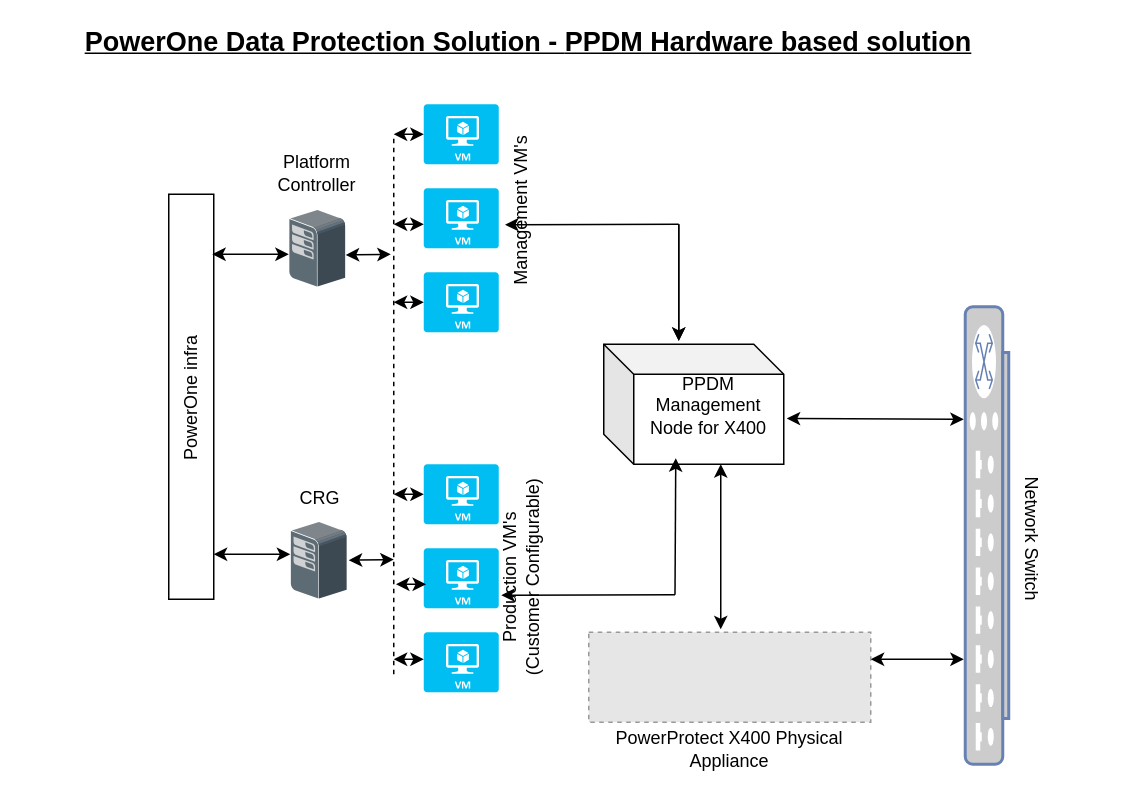
This is Untitled Diagram.drawio from vishwa2311/PowerProtect, a draw.io file, before an edit. Source tidied: cells renumbered, new cells numbered last; positions are measured from the earlier drawing's top-left corner, leaving out a move shared by most shapes. Both pictures are drawn from the tidied source at 150%, with x=0, y=0 at pixel (-12, 27). Pictures stored in the file or linked from it are replaced by grey dashed boxes.
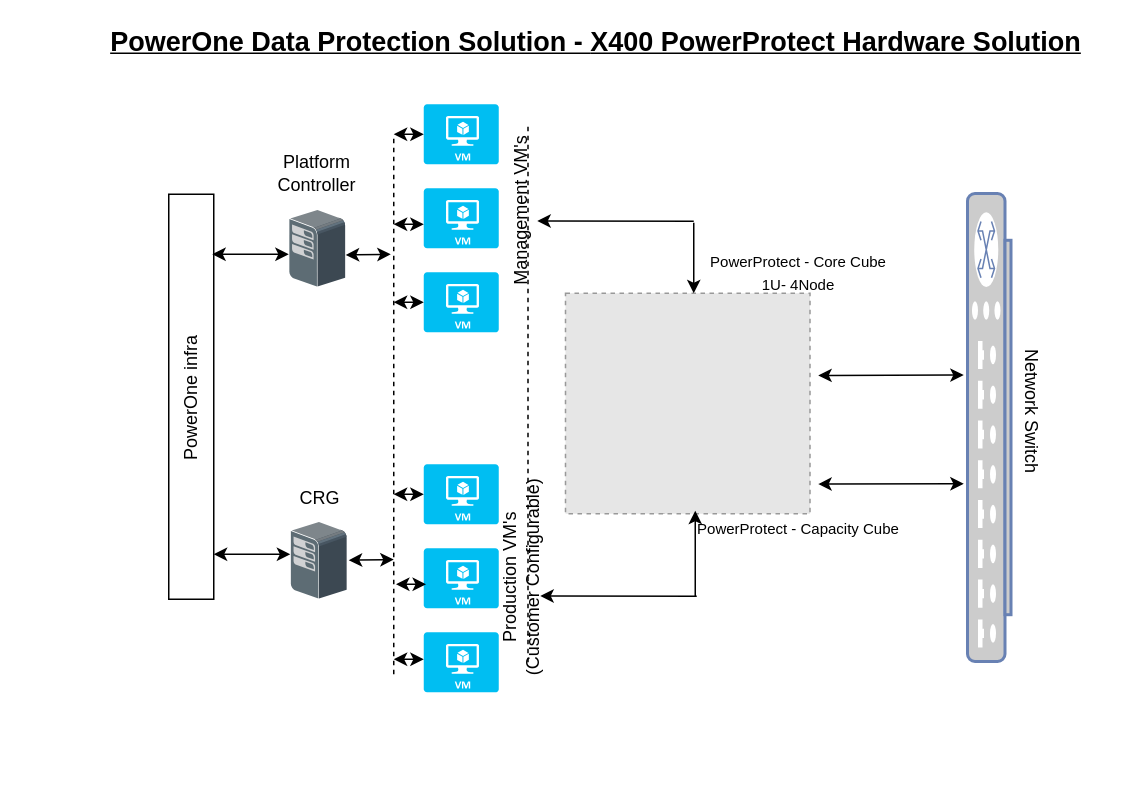
Above is the later version.

The edit, as a diff of the source:
```diff
@@
-    <mxCell id="8" style="shape=cube;whiteSpace=wrap;html=1;boundedLbl=1;backgroundOutline=1;darkOpacity=0.05;darkOpacity2=0.1;" parent="1" vertex="1">
-      <mxGeometry x="410" y="211" width="120" height="80" as="geometry" />
-    </mxCell>
-    <mxCell id="9" value="PPDM Management Node for X400" style="text;html=1;strokeColor=none;fillColor=none;align=center;verticalAlign=middle;whiteSpace=wrap;rounded=0;" parent="1" vertex="1">
-      <mxGeometry x="430" y="242" width="100" height="20" as="geometry" />
-    </mxCell>
@@
-    <mxCell id="17" value="PowerOne infra" style="text;html=1;strokeColor=none;fillColor=none;align=center;verticalAlign=middle;whiteSpace=wrap;rounded=0;rotation=-90;" parent="1" vertex="1">
-      <mxGeometry x="2" y="232" width="266" height="30" as="geometry" />
-    </mxCell>
@@
-    <mxCell id="29" style="fillColor=#E6E6E6;strokeColor=#999999;dashed=1;verticalLabelPosition=bottom;labelBackgroundColor=#ffffff;verticalAlign=top;" parent="1" vertex="1">
-      <mxGeometry x="400" y="403" width="188" height="60" as="geometry" />
-    </mxCell>
-    <mxCell id="30" style="endArrow=classic;startArrow=classic;html=1;" parent="1" edge="1">
-      <mxGeometry relative="1" as="geometry">
-        <mxPoint x="488" y="401" as="sourcePoint" />
-        <mxPoint x="488" y="291" as="targetPoint" />
-      </mxGeometry>
-    </mxCell>
     <mxCell id="31" style="fontColor=#0066CC;verticalAlign=top;verticalLabelPosition=bottom;labelPosition=center;align=center;html=1;fillColor=#CCCCCC;strokeColor=#6881B3;gradientColor=none;gradientDirection=north;strokeWidth=2;shape=mxgraph.networks.switch;rotation=-90;" parent="1" vertex="1">
-      <mxGeometry x="513" y="324" width="305" height="29" as="geometry" />
+      <mxGeometry x="511" y="252" width="312" height="29" as="geometry" />
     </mxCell>
     <mxCell id="32" style="endArrow=classic;html=1;entryX=0.467;entryY=-0.583;entryDx=0;entryDy=0;entryPerimeter=0;" parent="1" edge="1">
       <mxGeometry relative="1" as="geometry">
-        <mxPoint x="460" y="131" as="sourcePoint" />
-        <mxPoint x="344.2" y="131.3" as="targetPoint" />
+        <mxPoint x="470" y="129" as="sourcePoint" />
+        <mxPoint x="365.7" y="128.8" as="targetPoint" />
       </mxGeometry>
     </mxCell>
-    <mxCell id="33" style="endArrow=classic;html=1;entryX=0.5;entryY=-0.027;entryDx=0;entryDy=0;entryPerimeter=0;" parent="1" edge="1">
-      <mxGeometry relative="1" as="geometry">
-        <mxPoint x="460" y="131" as="sourcePoint" />
-        <mxPoint x="460" y="208.8" as="targetPoint" />
-      </mxGeometry>
-    </mxCell>
-    <mxCell id="34" style="endArrow=classic;html=1;entryX=0.5;entryY=-0.027;entryDx=0;entryDy=0;entryPerimeter=0;" parent="1" edge="1">
-      <mxGeometry relative="1" as="geometry">
-        <mxPoint x="460" y="131" as="sourcePoint" />
-        <mxPoint x="460" y="208.8" as="targetPoint" />
-      </mxGeometry>
-    </mxCell>
-    <mxCell id="35" style="endArrow=classic;html=1;entryX=0.467;entryY=-0.583;entryDx=0;entryDy=0;entryPerimeter=0;" parent="1" edge="1">
-      <mxGeometry relative="1" as="geometry">
-        <mxPoint x="457.5" y="378" as="sourcePoint" />
-        <mxPoint x="341.7" y="378.3" as="targetPoint" />
-      </mxGeometry>
-    </mxCell>
-    <mxCell id="36" style="endArrow=classic;html=1;" parent="1" edge="1">
+    <mxCell id="36" style="endArrow=classic;html=1;" parent="1" edge="1" source="42">
       <mxGeometry relative="1" as="geometry">
-        <mxPoint x="457.5" y="378" as="sourcePoint" />
         <mxPoint x="458" y="287" as="targetPoint" />
       </mxGeometry>
     </mxCell>
-    <mxCell id="37" style="endArrow=classic;startArrow=classic;html=1;" parent="1" edge="1">
-      <mxGeometry relative="1" as="geometry">
-        <mxPoint x="650" y="261" as="sourcePoint" />
-        <mxPoint x="532" y="260.5" as="targetPoint" />
-      </mxGeometry>
-    </mxCell>
-    <mxCell id="38" style="endArrow=classic;startArrow=classic;html=1;" parent="1" edge="1">
-      <mxGeometry relative="1" as="geometry">
-        <mxPoint x="650" y="421" as="sourcePoint" />
-        <mxPoint x="588" y="421" as="targetPoint" />
-      </mxGeometry>
-    </mxCell>
-    <mxCell id="39" value="PowerProtect X400 Physical Appliance" style="text;html=1;strokeColor=none;fillColor=none;align=center;verticalAlign=middle;whiteSpace=wrap;rounded=0;" parent="1" vertex="1">
-      <mxGeometry x="404" y="471" width="180" height="20" as="geometry" />
+    <mxCell id="39" value="&lt;font style=&quot;font-size: 10px&quot;&gt;PowerProtect - Capacity Cube&lt;/font&gt;" style="text;html=1;strokeColor=none;fillColor=none;align=center;verticalAlign=middle;whiteSpace=wrap;rounded=0;" parent="1" vertex="1">
+      <mxGeometry x="450" y="324" width="180" height="20" as="geometry" />
     </mxCell>
     <mxCell id="40" value="Network Switch" style="text;html=1;strokeColor=none;fillColor=none;align=center;verticalAlign=middle;whiteSpace=wrap;rounded=0;rotation=90;" parent="1" vertex="1">
-      <mxGeometry x="572" y="331" width="246" height="20" as="geometry" />
+      <mxGeometry x="572" y="246" width="246" height="20" as="geometry" />
     </mxCell>
-    <mxCell id="41" value="&lt;font style=&quot;font-size: 18px&quot;&gt;&lt;u&gt;&lt;font&gt;&lt;b&gt;PowerOne Data Protection Solution -&amp;nbsp;&lt;/b&gt;&lt;/font&gt;&lt;span style=&quot;font-family: &amp;#34;arial&amp;#34; ; font-weight: bold&quot;&gt;PPDM Hardware based solution&lt;/span&gt;&lt;/u&gt;&lt;/font&gt;" style="text;html=1;strokeColor=none;fillColor=none;align=center;verticalAlign=middle;whiteSpace=wrap;rounded=0;" parent="1" vertex="1">
-      <mxGeometry x="25" width="670" height="20" as="geometry" />
+    <mxCell id="41" value="&lt;font style=&quot;font-size: 18px&quot;&gt;&lt;u&gt;&lt;font&gt;&lt;b&gt;PowerOne Data Protection Solution -&amp;nbsp;&lt;/b&gt;&lt;/font&gt;&lt;span style=&quot;font-family: &amp;#34;arial&amp;#34; ; font-weight: bold&quot;&gt;X400 PowerProtect Hardware Solution&lt;/span&gt;&lt;/u&gt;&lt;/font&gt;" style="text;html=1;strokeColor=none;fillColor=none;align=center;verticalAlign=middle;whiteSpace=wrap;rounded=0;" parent="1" vertex="1">
+      <mxGeometry x="70" width="670" height="20" as="geometry" />
     </mxCell>
+    <mxCell id="42" style="fillColor=#E6E6E6;strokeColor=#999999;dashed=1;verticalLabelPosition=bottom;labelBackgroundColor=#ffffff;verticalAlign=top;" parent="1" vertex="1">
+      <mxGeometry x="384.5" y="177" width="163" height="147" as="geometry" />
+    </mxCell>
+    <mxCell id="43" style="endArrow=classic;startArrow=classic;html=1;entryX=1;entryY=0.75;entryDx=0;entryDy=0;" parent="1" edge="1">
+      <mxGeometry relative="1" as="geometry">
+        <mxPoint x="650" y="304" as="sourcePoint" />
+        <mxPoint x="553" y="304.2" as="targetPoint" />
+      </mxGeometry>
+    </mxCell>
+    <mxCell id="44" style="endArrow=none;dashed=1;html=1;" parent="1" edge="1">
+      <mxGeometry relative="1" as="geometry">
+        <mxPoint x="359.5" y="423" as="sourcePoint" />
+        <mxPoint x="359.5" y="63" as="targetPoint" />
+      </mxGeometry>
+    </mxCell>
+    <mxCell id="17" value="PowerOne infra" style="text;html=1;strokeColor=none;fillColor=none;align=center;verticalAlign=middle;whiteSpace=wrap;rounded=0;rotation=-90;" parent="1" vertex="1">
+      <mxGeometry x="2" y="232" width="266" height="30" as="geometry" />
+    </mxCell>
+    <mxCell id="45" style="endArrow=classic;startArrow=classic;html=1;entryX=1;entryY=0.75;entryDx=0;entryDy=0;" parent="1" edge="1">
+      <mxGeometry relative="1" as="geometry">
+        <mxPoint x="650" y="231.5" as="sourcePoint" />
+        <mxPoint x="553" y="231.8" as="targetPoint" />
+      </mxGeometry>
+    </mxCell>
+    <mxCell id="46" style="endArrow=classic;html=1;entryX=0.467;entryY=-0.583;entryDx=0;entryDy=0;entryPerimeter=0;" parent="1" edge="1">
+      <mxGeometry relative="1" as="geometry">
+        <mxPoint x="472" y="379" as="sourcePoint" />
+        <mxPoint x="367.7" y="378.8" as="targetPoint" />
+      </mxGeometry>
+    </mxCell>
+    <mxCell id="47" style="endArrow=classic;html=1;" parent="1" edge="1">
+      <mxGeometry relative="1" as="geometry">
+        <mxPoint x="471" y="379" as="sourcePoint" />
+        <mxPoint x="471" y="322" as="targetPoint" />
+      </mxGeometry>
+    </mxCell>
+    <mxCell id="48" style="endArrow=classic;html=1;" parent="1" edge="1">
+      <mxGeometry relative="1" as="geometry">
+        <mxPoint x="470" y="130" as="sourcePoint" />
+        <mxPoint x="470" y="177" as="targetPoint" />
+      </mxGeometry>
+    </mxCell>
+    <mxCell id="49" value="&lt;font style=&quot;font-size: 10px&quot;&gt;PowerProtect - Core Cube &lt;br&gt;1U- 4Node&lt;/font&gt;" style="text;html=1;strokeColor=none;fillColor=none;align=center;verticalAlign=middle;whiteSpace=wrap;rounded=0;" parent="1" vertex="1">
+      <mxGeometry x="450" y="153" width="180" height="20" as="geometry" />
+    </mxCell>
```
